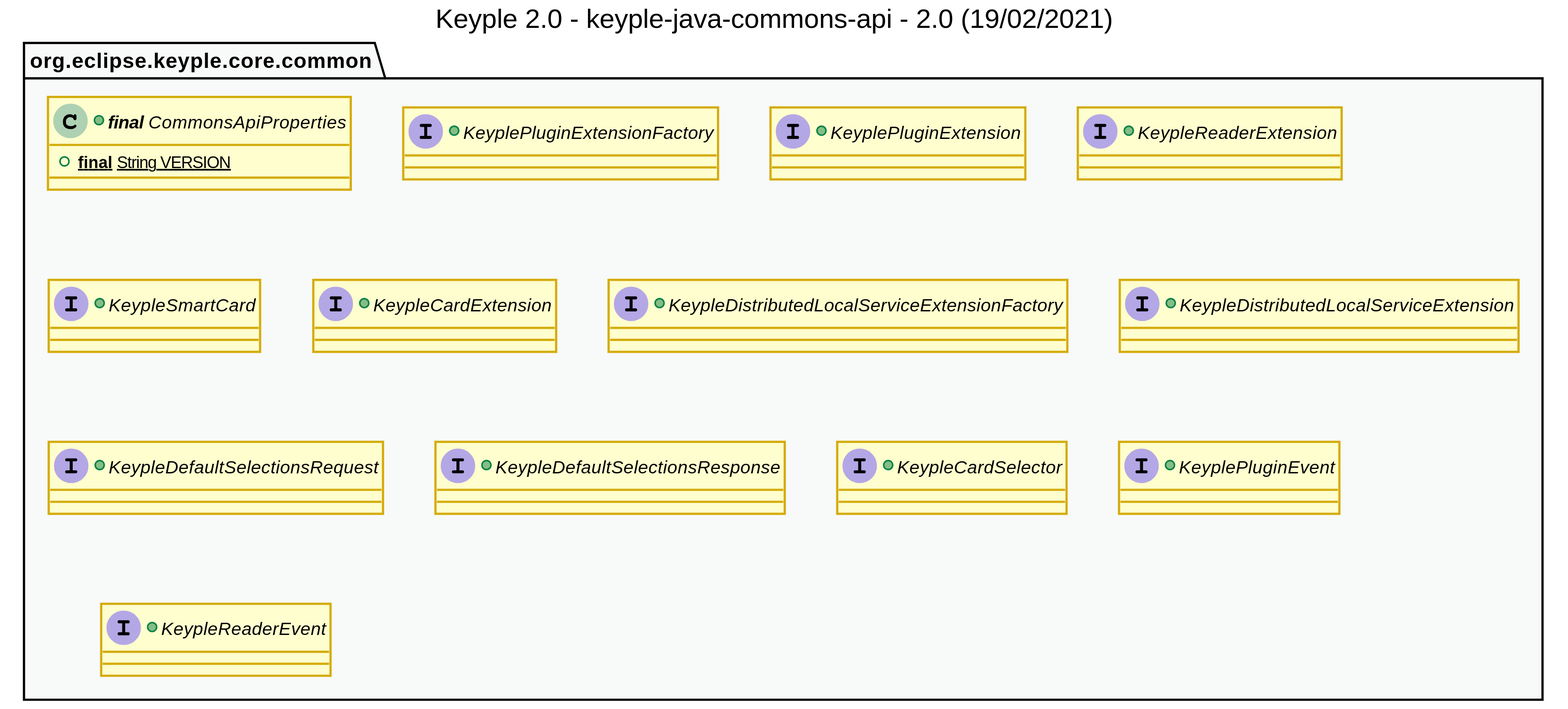
Above: uml/class/keyple_2_0_class_commons_api.svg in calypsonet/keyple_2_0 (PlantUML), before the change.
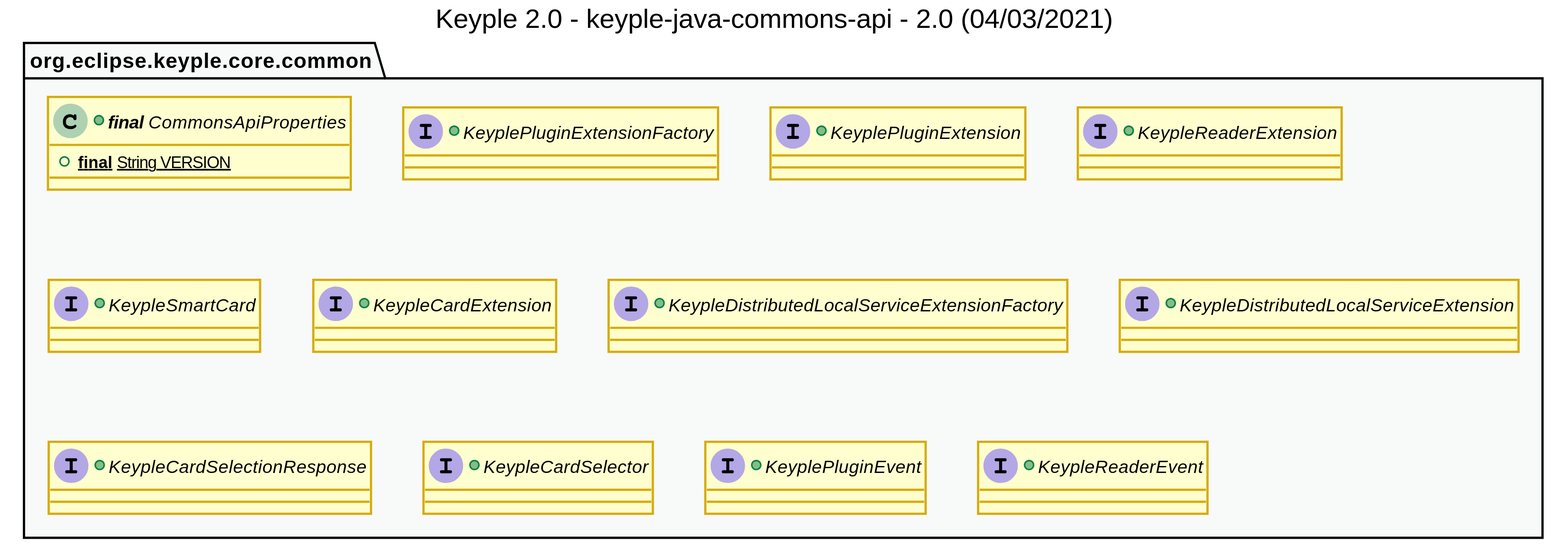
After the change.

Diff of the diagram source:
```diff
@@ -1,6 +1,6 @@
 @startuml
 title
-    Keyple 2.0 - keyple-java-commons-api - 2.0 (19/02/2021)
+    Keyple 2.0 - keyple-java-commons-api - 2.0 (04/03/2021)
 end title
 
 
@@ -55,9 +55,7 @@
     }
     +interface KeypleDistributedLocalServiceExtension {
     }
-    +interface KeypleDefaultSelectionsRequest {
-    }
-    +interface KeypleDefaultSelectionsResponse {
+    +interface KeypleCardSelectionResponse {
     }
     +interface KeypleCardSelector {
     }
```
